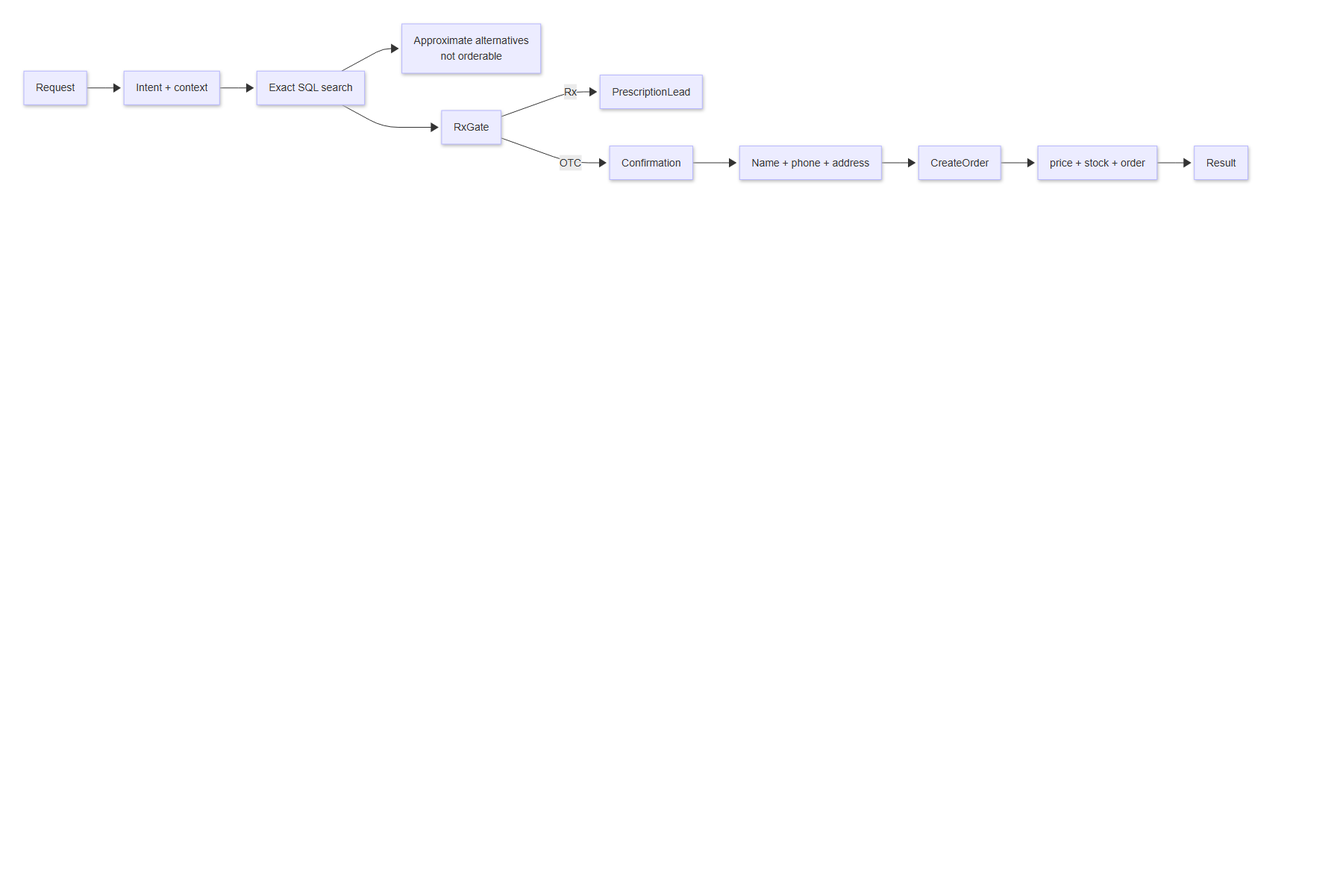
This is docs/diagrams/order.png from RowanFayez/ShifaPharmacy_AISales_CustomerServiceAgent, a Mermaid export, as it was before one commit. Its source is kept beside it as docs/diagrams/order.mmd.
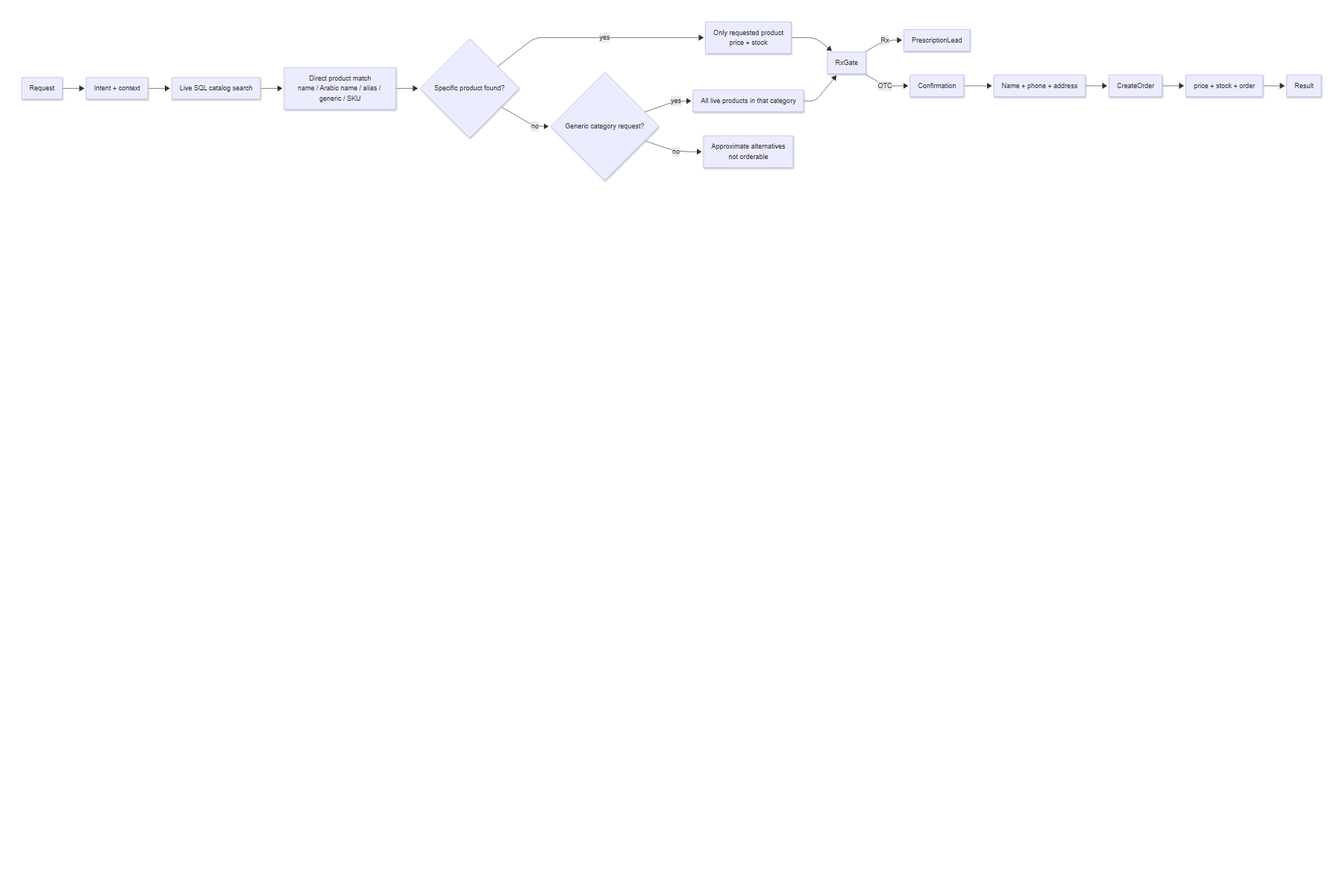
The same file after the commit.

Commit message:
Refine flowcharts for product search and order processing, enhancing clarity on specific and generic product handling

Change to the diagram source:
```diff
@@ -1,10 +1,11 @@
 flowchart LR
   Request --> Intent[Intent + context]
   Intent --> Catalog[Live SQL catalog search]
-  Catalog --> Exact{Exact product phrase?}
-  Exact -- yes --> Product[Requested product, price, stock]
-  Exact -- no --> Category{Generic category?}
-  Category -- yes --> Products[Category products]
+  Catalog --> Specific[Direct product match\nname / Arabic name / alias / generic / SKU]
+  Specific --> Exact{Specific product found?}
+  Exact -- yes --> Product[Only requested product\nprice + stock]
+  Exact -- no --> Category{Generic category request?}
+  Category -- yes --> Products[All live products in that category]
   Category -- no --> Approx[Approximate alternatives\nnot orderable]
   Product --> RxGate
   Products --> RxGate
```
